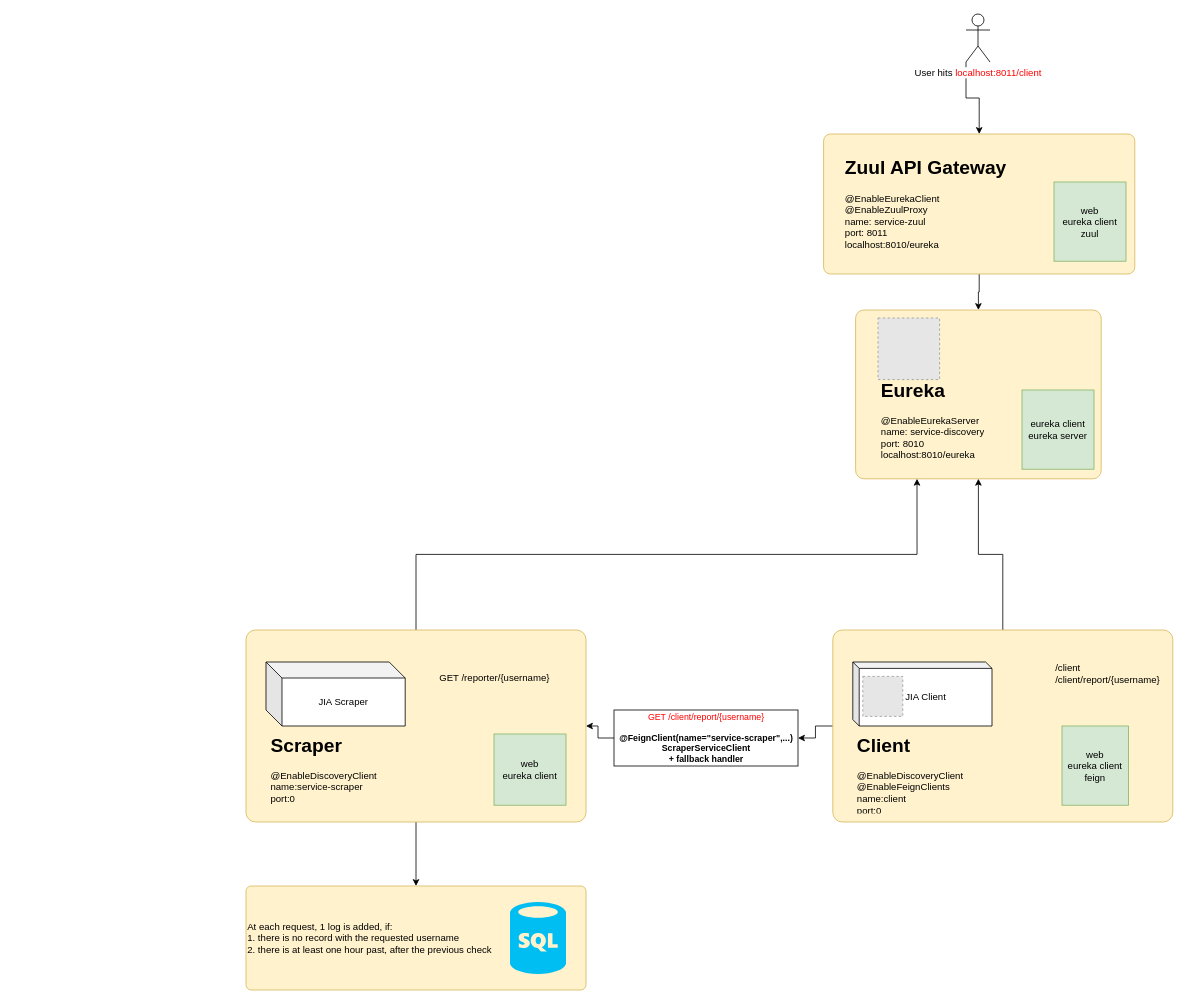
The draw.io diagram assets/Application Structure.drawio in jalizadeh/Instagram-Analyzer, before the edit. Source tidied: cells renumbered, new cells numbered last; positions are measured from the earlier drawing's top-left corner, leaving out a move shared by most shapes. Both pictures are drawn from the tidied source at 80%, with x=0, y=0 at pixel (246, 14). Pictures stored in the file or linked from it are replaced by grey dashed boxes.
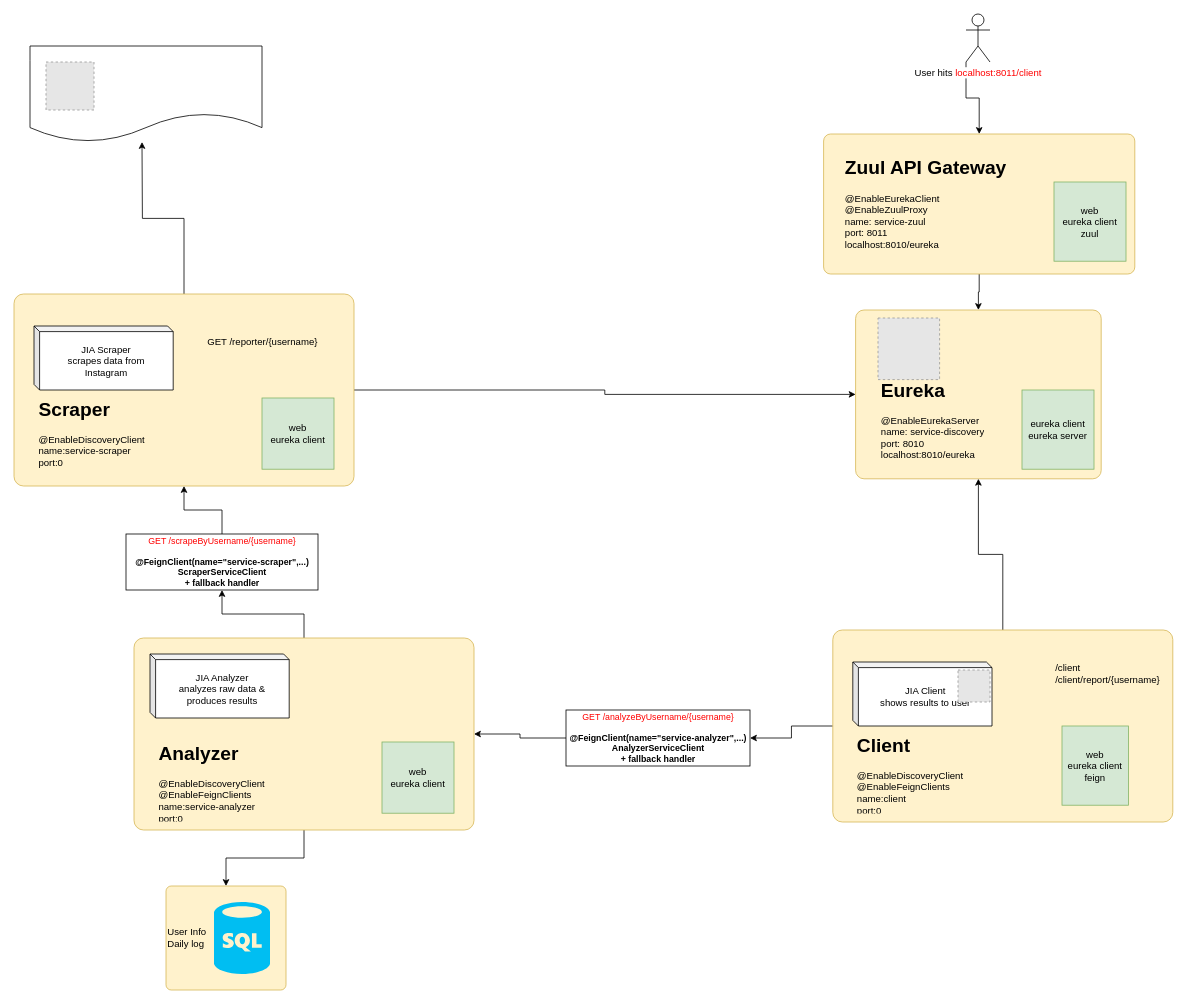
After the change.

Unchanged cells that the change refers to:
```xml
<mxCell id="5" style="rounded=1;whiteSpace=wrap;html=1;align=left;arcSize=5;fillColor=#fff2cc;strokeColor=#d6b656;" parent="1" vertex="1">
  <mxGeometry x="762" y="370" width="307" height="211" as="geometry" />
</mxCell>
```

The edit, as a diff of the source:
```diff
@@
-    <mxCell id="2" value="At each request, 1 log is added, if:&lt;br&gt;1. there is no record with the requested username&lt;br&gt;2. there is at least one hour past, after the previous check" style="rounded=1;whiteSpace=wrap;html=1;align=left;arcSize=5;fillColor=#fff2cc;strokeColor=#d6b656;" parent="1" vertex="1">
-      <mxGeometry y="1090" width="425" height="130" as="geometry" />
+    <mxCell id="2" value="User Info&lt;br&gt;Daily log" style="rounded=1;whiteSpace=wrap;html=1;align=left;arcSize=5;fillColor=#fff2cc;strokeColor=#d6b656;" parent="1" vertex="1">
+      <mxGeometry x="-100" y="1090" width="150" height="130" as="geometry" />
     </mxCell>
@@
-    <mxCell id="13" value="JIA Client" style="shape=cube;whiteSpace=wrap;html=1;boundedLbl=1;backgroundOutline=1;darkOpacity=0.05;darkOpacity2=0.1;size=8;" parent="1" vertex="1">
+    <mxCell id="13" value="JIA Client&lt;br&gt;shows results to user" style="shape=cube;whiteSpace=wrap;html=1;boundedLbl=1;backgroundOutline=1;darkOpacity=0.05;darkOpacity2=0.1;size=7;" parent="1" vertex="1">
       <mxGeometry x="758.5" y="810" width="174" height="80" as="geometry" />
     </mxCell>
@@
-    <mxCell id="20" style="edgeStyle=orthogonalEdgeStyle;rounded=0;jettySize=auto;html=1;exitX=0.5;exitY=0;exitDx=0;exitDy=0;entryX=0.25;entryY=1;entryDx=0;entryDy=0;" parent="1" edge="1" source="22" target="5">
+    <mxCell id="20" style="edgeStyle=orthogonalEdgeStyle;rounded=0;jettySize=auto;html=1;exitX=1;exitY=0.5;exitDx=0;exitDy=0;entryX=0;entryY=0.5;entryDx=0;entryDy=0;" parent="1" edge="1" source="22" target="5">
       <mxGeometry relative="1" as="geometry" />
     </mxCell>
-    <mxCell id="21" style="edgeStyle=orthogonalEdgeStyle;rounded=0;jettySize=auto;html=1;exitX=0.5;exitY=1;exitDx=0;exitDy=0;" parent="1" edge="1" source="22" target="2">
-      <mxGeometry relative="1" as="geometry" />
-    </mxCell>
+    <mxCell id="31" style="edgeStyle=orthogonalEdgeStyle;rounded=0;jettySize=auto;html=1;exitX=0.5;exitY=0;exitDx=0;exitDy=0;" parent="1" edge="1" source="22">
+      <mxGeometry relative="1" as="geometry">
+        <mxPoint x="-130" y="160" as="targetPoint" />
+      </mxGeometry>
+    </mxCell>
     <mxCell id="22" style="rounded=1;whiteSpace=wrap;html=1;align=left;arcSize=5;fillColor=#fff2cc;strokeColor=#d6b656;" parent="1" vertex="1">
-      <mxGeometry y="770" width="425" height="240" as="geometry" />
+      <mxGeometry x="-290" y="350" width="425" height="240" as="geometry" />
     </mxCell>
-    <mxCell id="23" value="JIA Scraper" style="shape=cube;whiteSpace=wrap;html=1;boundedLbl=1;backgroundOutline=1;darkOpacity=0.05;darkOpacity2=0.1;" parent="1" vertex="1">
-      <mxGeometry x="25" y="810" width="174" height="80" as="geometry" />
+    <mxCell id="23" value="JIA Scraper&lt;br&gt;scrapes data from&lt;br&gt;Instagram" style="shape=cube;whiteSpace=wrap;html=1;boundedLbl=1;backgroundOutline=1;darkOpacity=0.05;darkOpacity2=0.1;size=7;" parent="1" vertex="1">
+      <mxGeometry x="-265" y="390" width="174" height="80" as="geometry" />
     </mxCell>
     <mxCell id="24" value="&lt;h1&gt;Scraper&lt;/h1&gt;&lt;p&gt;@EnableDiscoveryClient&lt;br&gt;&lt;span&gt;name:service-scraper&lt;br&gt;&lt;/span&gt;&lt;span&gt;port:0&lt;/span&gt;&lt;/p&gt;" style="text;html=1;strokeColor=none;fillColor=none;spacing=5;spacingTop=-20;whiteSpace=wrap;overflow=hidden;rounded=0;" parent="1" vertex="1">
-      <mxGeometry x="25.5" y="895" width="190" height="105" as="geometry" />
+      <mxGeometry x="-264.5" y="475" width="190" height="105" as="geometry" />
     </mxCell>
     <mxCell id="25" value="GET /reporter/{username}" style="text;html=1;strokeColor=none;fillColor=none;align=left;verticalAlign=middle;whiteSpace=wrap;rounded=0;" parent="1" vertex="1">
-      <mxGeometry x="240" y="810" width="160" height="40" as="geometry" />
+      <mxGeometry x="-50" y="390" width="160" height="40" as="geometry" />
     </mxCell>
     <mxCell id="26" value="web&lt;br&gt;eureka client" style="rounded=0;whiteSpace=wrap;html=1;fontSize=12;align=center;fillColor=#d5e8d4;strokeColor=#82b366;" parent="1" vertex="1">
-      <mxGeometry x="310" y="900" width="90" height="89" as="geometry" />
+      <mxGeometry x="20" y="480" width="90" height="89" as="geometry" />
     </mxCell>
     <mxCell id="27" style="fillColor=#E6E6E6;strokeColor=#999999;dashed=1;html=1;verticalAlign=top;verticalLabelPosition=bottom;labelBackgroundColor=#ffffff;" parent="1" vertex="1">
-      <mxGeometry x="771" y="828" width="50" height="50" as="geometry" />
+      <mxGeometry x="890" y="820" width="40" height="40" as="geometry" />
     </mxCell>
-    <mxCell id="28" style="edgeStyle=orthogonalEdgeStyle;rounded=0;jettySize=auto;html=1;exitX=0;exitY=0.5;exitDx=0;exitDy=0;fontSize=11;" parent="1" edge="1" source="29" target="22">
-      <mxGeometry relative="1" as="geometry" />
-    </mxCell>
+    <mxCell id="32" style="edgeStyle=orthogonalEdgeStyle;rounded=0;jettySize=auto;html=1;exitX=0;exitY=0.5;exitDx=0;exitDy=0;entryX=1;entryY=0.5;entryDx=0;entryDy=0;" parent="1" edge="1" source="29" target="35">
+      <mxGeometry relative="1" as="geometry" />
+    </mxCell>
-    <mxCell id="29" value="&lt;span&gt;&lt;font color=&quot;#ff0000&quot;&gt;GET /client/report/{username}&lt;br&gt;&lt;br&gt;&lt;/font&gt;&lt;/span&gt;&lt;b&gt;@FeignClient(name=&quot;service-scraper&quot;,...)&lt;/b&gt;&lt;br&gt;&lt;b&gt;ScraperServiceClient&lt;/b&gt;&lt;b style=&quot;font-size: 11px&quot;&gt;&lt;br&gt;+ fallback handler&lt;/b&gt;" style="html=1;align=center;fontSize=11;" parent="1" vertex="1">
-      <mxGeometry x="460" y="870" width="230" height="70" as="geometry" />
+    <mxCell id="29" value="&lt;span&gt;&lt;font color=&quot;#ff0000&quot;&gt;GET /analyzeByUsername/{username}&lt;br&gt;&lt;br&gt;&lt;/font&gt;&lt;/span&gt;&lt;b&gt;@FeignClient(name=&quot;service-analyzer&quot;,...)&lt;/b&gt;&lt;br&gt;&lt;b&gt;AnalyzerServiceClient&lt;/b&gt;&lt;b style=&quot;font-size: 11px&quot;&gt;&lt;br&gt;+ fallback handler&lt;/b&gt;" style="html=1;align=center;fontSize=11;" parent="1" vertex="1">
+      <mxGeometry x="400" y="870" width="230" height="70" as="geometry" />
     </mxCell>
     <mxCell id="30" style="verticalLabelPosition=bottom;html=1;verticalAlign=top;align=center;strokeColor=none;fillColor=#00BEF2;shape=mxgraph.azure.sql_database;" parent="1" vertex="1">
-      <mxGeometry x="330" y="1110" width="70" height="90" as="geometry" />
+      <mxGeometry x="-40" y="1110" width="70" height="90" as="geometry" />
     </mxCell>
+    <mxCell id="33" style="edgeStyle=orthogonalEdgeStyle;rounded=0;jettySize=auto;html=1;exitX=0.5;exitY=0;exitDx=0;exitDy=0;entryX=0.5;entryY=1;entryDx=0;entryDy=0;" parent="1" edge="1" source="35" target="42">
+      <mxGeometry relative="1" as="geometry" />
+    </mxCell>
+    <mxCell id="34" style="edgeStyle=orthogonalEdgeStyle;rounded=0;jettySize=auto;html=1;exitX=0.5;exitY=1;exitDx=0;exitDy=0;" parent="1" edge="1" source="35" target="2">
+      <mxGeometry relative="1" as="geometry" />
+    </mxCell>
+    <mxCell id="35" style="rounded=1;whiteSpace=wrap;html=1;align=left;arcSize=5;fillColor=#fff2cc;strokeColor=#d6b656;" parent="1" vertex="1">
+      <mxGeometry x="-140" y="780" width="425" height="240" as="geometry" />
+    </mxCell>
+    <mxCell id="36" value="JIA Analyzer&lt;br&gt;analyzes raw data &amp;amp;&lt;br&gt;produces results" style="shape=cube;whiteSpace=wrap;html=1;boundedLbl=1;backgroundOutline=1;darkOpacity=0.05;darkOpacity2=0.1;size=7;" parent="1" vertex="1">
+      <mxGeometry x="-120" y="800" width="174" height="80" as="geometry" />
+    </mxCell>
+    <mxCell id="37" value="&lt;h1&gt;Analyzer&lt;/h1&gt;&lt;p&gt;@EnableDiscoveryClient&lt;br&gt;&lt;span&gt;@EnableFeignClients&lt;br&gt;&lt;/span&gt;&lt;span&gt;name:service-analyzer&lt;br&gt;&lt;/span&gt;&lt;span&gt;port:0&lt;/span&gt;&lt;/p&gt;" style="text;html=1;strokeColor=none;fillColor=none;spacing=5;spacingTop=-20;whiteSpace=wrap;overflow=hidden;rounded=0;" parent="1" vertex="1">
+      <mxGeometry x="-114.5" y="905" width="190" height="105" as="geometry" />
+    </mxCell>
+    <mxCell id="38" value="web&lt;br&gt;eureka client" style="rounded=0;whiteSpace=wrap;html=1;fontSize=12;align=center;fillColor=#d5e8d4;strokeColor=#82b366;" parent="1" vertex="1">
+      <mxGeometry x="170" y="910" width="90" height="89" as="geometry" />
+    </mxCell>
+    <mxCell id="39" style="shape=document;whiteSpace=wrap;html=1;boundedLbl=1;" parent="1" vertex="1">
+      <mxGeometry x="-270" y="40" width="290" height="120" as="geometry" />
+    </mxCell>
+    <mxCell id="40" style="fillColor=#E6E6E6;strokeColor=#999999;dashed=1;html=1;verticalAlign=top;verticalLabelPosition=bottom;labelBackgroundColor=#ffffff;" parent="1" vertex="1">
+      <mxGeometry x="-250" y="60" width="60" height="60" as="geometry" />
+    </mxCell>
+    <mxCell id="41" style="edgeStyle=orthogonalEdgeStyle;rounded=0;jettySize=auto;html=1;exitX=0.5;exitY=0;exitDx=0;exitDy=0;entryX=0.5;entryY=1;entryDx=0;entryDy=0;" parent="1" edge="1" source="42" target="22">
+      <mxGeometry relative="1" as="geometry" />
+    </mxCell>
+    <mxCell id="42" value="&lt;span&gt;&lt;font color=&quot;#ff0000&quot;&gt;GET /scrape&lt;/font&gt;&lt;/span&gt;&lt;span style=&quot;color: rgb(255 , 0 , 0)&quot;&gt;ByUsername&lt;/span&gt;&lt;span&gt;&lt;font color=&quot;#ff0000&quot;&gt;/{username}&lt;br&gt;&lt;br&gt;&lt;/font&gt;&lt;/span&gt;&lt;b&gt;@FeignClient(name=&quot;service-scraper&quot;,...)&lt;/b&gt;&lt;br&gt;&lt;b&gt;ScraperServiceClient&lt;/b&gt;&lt;b style=&quot;font-size: 11px&quot;&gt;&lt;br&gt;+ fallback handler&lt;/b&gt;" style="html=1;align=center;fontSize=11;" parent="1" vertex="1">
+      <mxGeometry x="-150" y="650" width="240" height="70" as="geometry" />
+    </mxCell>
```
